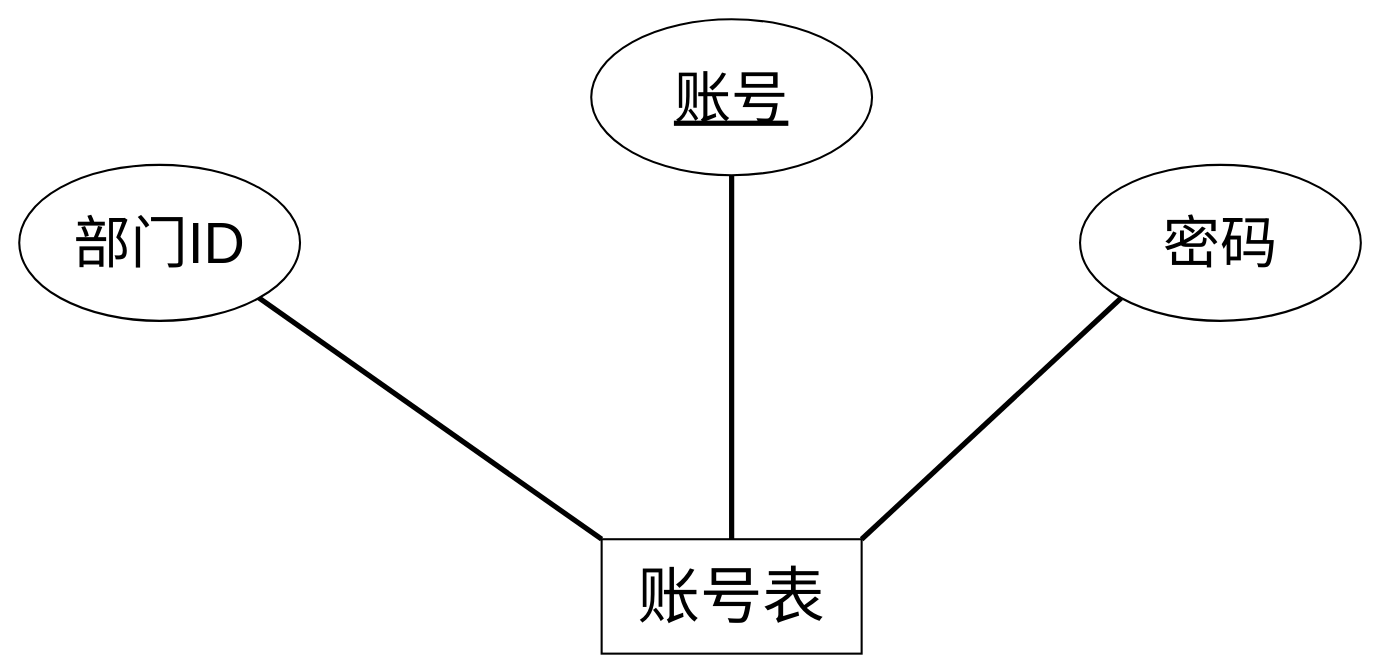
Before: chart/tab_accounts数据表ER图.drawio in YangGuiTong/QtQQ, a draw.io diagram. Source tidied: cells renumbered, new cells numbered last; positions are measured from the earlier drawing's top-left corner, leaving out a move shared by most shapes. Both pictures are drawn from the tidied source at 104%, with x=0, y=0 at pixel (19, 19).
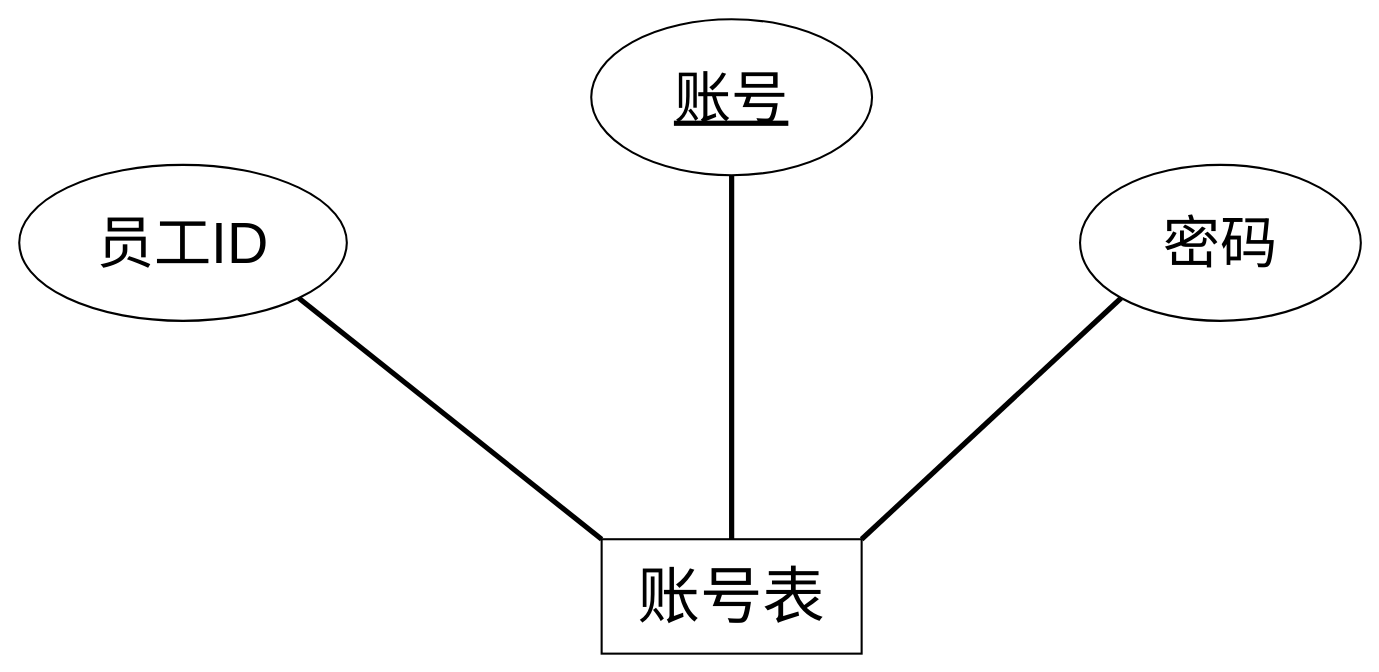
The same diagram, later.

Commit message (it also covers changes not shown here):
更新tab_accounts数据表ER图.drawio

Change to the diagram source:
```diff
@@
 <mxGraphModel>
   <root>
     <mxCell id="0" />
     <mxCell id="1" parent="0" />
     <mxCell id="2" style="rounded=0;jettySize=auto;html=1;exitX=0;exitY=0;exitDx=0;exitDy=0;entryX=1;entryY=1;entryDx=0;entryDy=0;strokeWidth=5;startArrow=none;startFill=0;endArrow=none;endFill=0;" parent="1" edge="1" source="5" target="6">
       <mxGeometry relative="1" as="geometry" />
     </mxCell>
     <mxCell id="3" style="edgeStyle=none;rounded=0;jettySize=auto;html=1;exitX=0.5;exitY=0;exitDx=0;exitDy=0;strokeWidth=5;endArrow=none;endFill=0;" parent="1" edge="1" source="5" target="7">
       <mxGeometry relative="1" as="geometry" />
     </mxCell>
     <mxCell id="4" style="edgeStyle=none;rounded=0;jettySize=auto;html=1;exitX=1;exitY=0;exitDx=0;exitDy=0;entryX=0;entryY=1;entryDx=0;entryDy=0;strokeWidth=5;endArrow=none;endFill=0;" parent="1" edge="1" source="5" target="8">
       <mxGeometry relative="1" as="geometry" />
     </mxCell>
     <mxCell id="5" value="账号表" style="html=1;whiteSpace=wrap;fontSize=60;strokeWidth=2;" parent="1" vertex="1">
       <mxGeometry x="560" y="500" width="250" height="110" as="geometry" />
     </mxCell>
-    <mxCell id="6" value="部门ID" style="ellipse;whiteSpace=wrap;html=1;fontSize=55;strokeWidth=2;" parent="1" vertex="1">
-      <mxGeometry y="140" width="270" height="150" as="geometry" />
+    <mxCell id="6" value="员工ID" style="ellipse;whiteSpace=wrap;html=1;fontSize=55;strokeWidth=2;" parent="1" vertex="1">
+      <mxGeometry y="140" width="315" height="150" as="geometry" />
     </mxCell>
     <mxCell id="7" value="&lt;u&gt;账号&lt;/u&gt;" style="ellipse;whiteSpace=wrap;html=1;fontSize=55;strokeWidth=2;" parent="1" vertex="1">
       <mxGeometry x="550" width="270" height="150" as="geometry" />
     </mxCell>
     <mxCell id="8" value="密码" style="ellipse;whiteSpace=wrap;html=1;fontSize=55;strokeWidth=2;" parent="1" vertex="1">
       <mxGeometry x="1020" y="140" width="270" height="150" as="geometry" />
     </mxCell>
   </root>
 </mxGraphModel>
```
